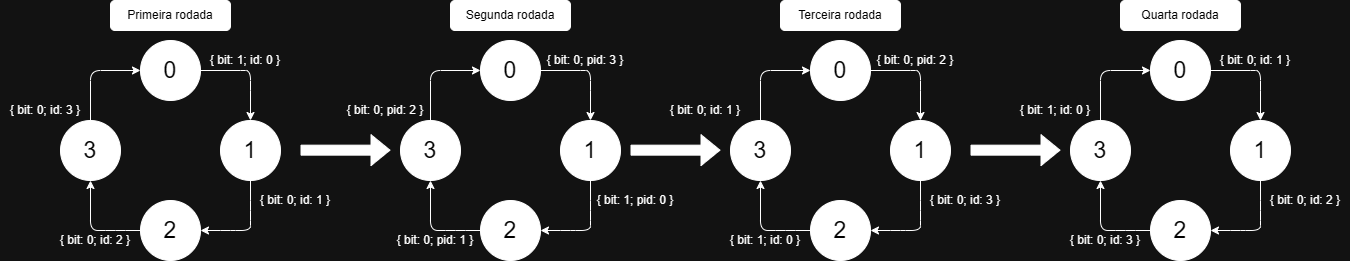
This is assets/diagrama_randomized.png from pedropesserl/sisdis, a draw.io export, as it was before one commit. Source tidied: cells renumbered, new cells last; positions are measured from the earlier drawing's top-left corner, leaving out a move shared by most shapes.
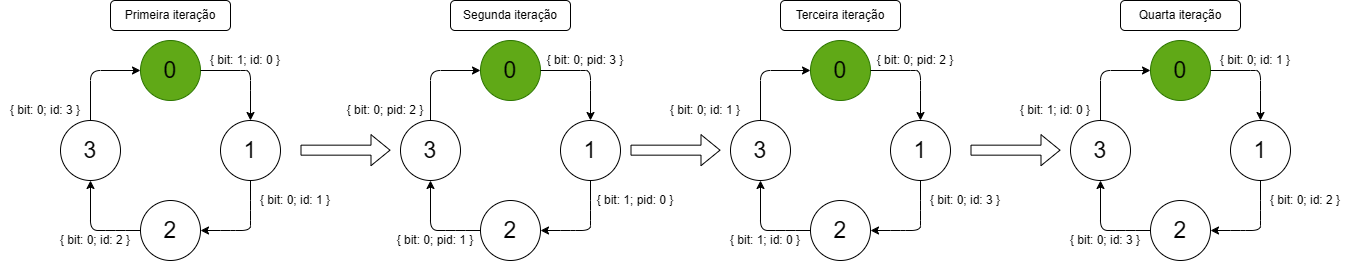
Above is the later version.

Diff of the diagram source:
```diff
@@ -2,9 +2,9 @@
   <root>
     <mxCell id="0" />
     <mxCell id="1" parent="0" />
-    <mxCell id="2" value="&lt;div&gt;&lt;font style=&quot;color: light-dark(rgb(0, 0, 0), rgb(0, 0, 0));&quot;&gt;0&lt;/font&gt;&lt;/div&gt;" style="ellipse;whiteSpace=wrap;html=1;fillColor=light-dark(#FFFFFF,#FFFFFF);fontSize=23;" parent="1" vertex="1">
-      <mxGeometry x="140" y="40" width="60" height="60" as="geometry" />
-    </mxCell>
+    <mxCell id="57" value="&lt;div&gt;&lt;font style=&quot;color: light-dark(rgb(0, 0, 0), rgb(255, 255, 255));&quot;&gt;0&lt;/font&gt;&lt;/div&gt;" style="ellipse;whiteSpace=wrap;html=1;fillColor=#60a917;fontSize=23;fontColor=#ffffff;strokeColor=#2D7600;" parent="1" vertex="1">
+      <mxGeometry x="140" y="40" width="60" height="60" as="geometry" />
+    </mxCell>
     <mxCell id="3" value="&lt;div&gt;&lt;font style=&quot;color: light-dark(rgb(0, 0, 0), rgb(0, 0, 0));&quot;&gt;1&lt;/font&gt;&lt;/div&gt;" style="ellipse;whiteSpace=wrap;html=1;fillColor=light-dark(#FFFFFF,#FFFFFF);fontSize=23;" parent="1" vertex="1">
       <mxGeometry x="220" y="120" width="60" height="60" as="geometry" />
     </mxCell>
@@ -14,15 +14,15 @@
     <mxCell id="5" value="&lt;div&gt;&lt;font style=&quot;color: light-dark(rgb(0, 0, 0), rgb(0, 0, 0));&quot;&gt;3&lt;/font&gt;&lt;/div&gt;" style="ellipse;whiteSpace=wrap;html=1;fillColor=light-dark(#FFFFFF,#FFFFFF);fontSize=23;" parent="1" vertex="1">
       <mxGeometry x="60" y="120" width="60" height="60" as="geometry" />
     </mxCell>
-    <mxCell id="6" style="curved=1;endArrow=classic;html=1;rounded=0;entryX=0.5;entryY=0;entryDx=0;entryDy=0;exitX=1;exitY=0.5;exitDx=0;exitDy=0;" parent="1" edge="1" source="2" target="3">
-      <mxGeometry relative="1" as="geometry">
-        <Array as="points">
-          <mxPoint x="240" y="70" />
-          <mxPoint x="250" y="70" />
-          <mxPoint x="250" y="90" />
-        </Array>
-      </mxGeometry>
-    </mxCell>
+    <mxCell id="58" style="curved=1;endArrow=classic;html=1;rounded=0;entryX=0.5;entryY=0;entryDx=0;entryDy=0;exitX=1;exitY=0.5;exitDx=0;exitDy=0;" parent="1" edge="1" source="57" target="3">
+      <mxGeometry relative="1" as="geometry">
+        <Array as="points">
+          <mxPoint x="240" y="70" />
+          <mxPoint x="250" y="70" />
+          <mxPoint x="250" y="90" />
+        </Array>
+      </mxGeometry>
+    </mxCell>
     <mxCell id="7" style="curved=0;endArrow=classic;html=1;rounded=1;entryX=1;entryY=0.5;entryDx=0;entryDy=0;exitX=0.5;exitY=1;exitDx=0;exitDy=0;" parent="1" edge="1" source="3" target="4">
       <mxGeometry relative="1" as="geometry">
         <Array as="points">
@@ -40,13 +40,13 @@
         </Array>
       </mxGeometry>
     </mxCell>
-    <mxCell id="9" style="curved=0;endArrow=classic;html=1;rounded=1;entryX=0;entryY=0.5;entryDx=0;entryDy=0;exitX=0.5;exitY=0;exitDx=0;exitDy=0;" parent="1" edge="1" source="5" target="2">
-      <mxGeometry relative="1" as="geometry">
-        <Array as="points">
-          <mxPoint x="90" y="70" />
-        </Array>
-      </mxGeometry>
-    </mxCell>
+    <mxCell id="59" style="curved=0;endArrow=classic;html=1;rounded=1;entryX=0;entryY=0.5;entryDx=0;entryDy=0;exitX=0.5;exitY=0;exitDx=0;exitDy=0;" parent="1" edge="1" source="5" target="57">
+      <mxGeometry relative="1" as="geometry">
+        <Array as="points">
+          <mxPoint x="90" y="70" />
+        </Array>
+      </mxGeometry>
+    </mxCell>
     <mxCell id="10" value="{ bit: 1; id: 0 }" style="text;html=1;whiteSpace=wrap;strokeColor=none;fillColor=none;align=center;verticalAlign=middle;rounded=0;" parent="1" vertex="1">
       <mxGeometry x="200" y="50" width="90" height="20" as="geometry" />
     </mxCell>
@@ -59,9 +59,9 @@
     <mxCell id="13" value="{ bit: 0; id: 3 }" style="text;html=1;whiteSpace=wrap;strokeColor=none;fillColor=none;align=center;verticalAlign=middle;rounded=0;" parent="1" vertex="1">
       <mxGeometry y="100" width="90" height="20" as="geometry" />
     </mxCell>
-    <mxCell id="14" value="&lt;div&gt;&lt;font style=&quot;color: light-dark(rgb(0, 0, 0), rgb(0, 0, 0));&quot;&gt;0&lt;/font&gt;&lt;/div&gt;" style="ellipse;whiteSpace=wrap;html=1;fillColor=light-dark(#FFFFFF,#FFFFFF);fontSize=23;" parent="1" vertex="1">
-      <mxGeometry x="480" y="40" width="60" height="60" as="geometry" />
-    </mxCell>
+    <mxCell id="60" value="&lt;div&gt;&lt;font style=&quot;color: light-dark(rgb(0, 0, 0), rgb(255, 255, 255));&quot;&gt;0&lt;/font&gt;&lt;/div&gt;" style="ellipse;whiteSpace=wrap;html=1;fillColor=#60a917;fontSize=23;fontColor=#ffffff;strokeColor=#2D7600;" parent="1" vertex="1">
+      <mxGeometry x="480" y="40" width="60" height="60" as="geometry" />
+    </mxCell>
     <mxCell id="15" value="&lt;div&gt;&lt;font style=&quot;color: light-dark(rgb(0, 0, 0), rgb(0, 0, 0));&quot;&gt;1&lt;/font&gt;&lt;/div&gt;" style="ellipse;whiteSpace=wrap;html=1;fillColor=light-dark(#FFFFFF,#FFFFFF);fontSize=23;" parent="1" vertex="1">
       <mxGeometry x="560" y="120" width="60" height="60" as="geometry" />
     </mxCell>
@@ -71,15 +71,15 @@
     <mxCell id="17" value="&lt;div&gt;&lt;font style=&quot;color: light-dark(rgb(0, 0, 0), rgb(0, 0, 0));&quot;&gt;3&lt;/font&gt;&lt;/div&gt;" style="ellipse;whiteSpace=wrap;html=1;fillColor=light-dark(#FFFFFF,#FFFFFF);fontSize=23;" parent="1" vertex="1">
       <mxGeometry x="400" y="120" width="60" height="60" as="geometry" />
     </mxCell>
-    <mxCell id="18" style="curved=1;endArrow=classic;html=1;rounded=0;entryX=0.5;entryY=0;entryDx=0;entryDy=0;exitX=1;exitY=0.5;exitDx=0;exitDy=0;" parent="1" edge="1" source="14" target="15">
-      <mxGeometry relative="1" as="geometry">
-        <Array as="points">
-          <mxPoint x="580" y="70" />
-          <mxPoint x="590" y="70" />
-          <mxPoint x="590" y="90" />
-        </Array>
-      </mxGeometry>
-    </mxCell>
+    <mxCell id="61" style="curved=1;endArrow=classic;html=1;rounded=0;entryX=0.5;entryY=0;entryDx=0;entryDy=0;exitX=1;exitY=0.5;exitDx=0;exitDy=0;" parent="1" edge="1" source="60" target="15">
+      <mxGeometry relative="1" as="geometry">
+        <Array as="points">
+          <mxPoint x="580" y="70" />
+          <mxPoint x="590" y="70" />
+          <mxPoint x="590" y="90" />
+        </Array>
+      </mxGeometry>
+    </mxCell>
     <mxCell id="19" style="curved=0;endArrow=classic;html=1;rounded=1;entryX=1;entryY=0.5;entryDx=0;entryDy=0;exitX=0.5;exitY=1;exitDx=0;exitDy=0;" parent="1" edge="1" source="15" target="16">
       <mxGeometry relative="1" as="geometry">
         <Array as="points">
@@ -97,13 +97,13 @@
         </Array>
       </mxGeometry>
     </mxCell>
-    <mxCell id="21" style="curved=0;endArrow=classic;html=1;rounded=1;entryX=0;entryY=0.5;entryDx=0;entryDy=0;exitX=0.5;exitY=0;exitDx=0;exitDy=0;" parent="1" edge="1" source="17" target="14">
-      <mxGeometry relative="1" as="geometry">
-        <Array as="points">
-          <mxPoint x="430" y="70" />
-        </Array>
-      </mxGeometry>
-    </mxCell>
+    <mxCell id="62" style="curved=0;endArrow=classic;html=1;rounded=1;entryX=0;entryY=0.5;entryDx=0;entryDy=0;exitX=0.5;exitY=0;exitDx=0;exitDy=0;" parent="1" edge="1" source="17" target="60">
+      <mxGeometry relative="1" as="geometry">
+        <Array as="points">
+          <mxPoint x="430" y="70" />
+        </Array>
+      </mxGeometry>
+    </mxCell>
     <mxCell id="22" value="{ bit: 0; pid: 3 }" style="text;html=1;whiteSpace=wrap;strokeColor=none;fillColor=none;align=center;verticalAlign=middle;rounded=0;" parent="1" vertex="1">
       <mxGeometry x="540" y="50" width="90" height="20" as="geometry" />
     </mxCell>
@@ -116,21 +116,21 @@
     <mxCell id="25" value="{ bit: 0; pid: 2 }" style="text;html=1;whiteSpace=wrap;strokeColor=none;fillColor=none;align=center;verticalAlign=middle;rounded=0;" parent="1" vertex="1">
       <mxGeometry x="340" y="100" width="90" height="20" as="geometry" />
     </mxCell>
-    <mxCell id="26" value="&lt;font style=&quot;color: light-dark(rgb(0, 0, 0), rgb(0, 0, 0));&quot;&gt;Primeira rodada&lt;/font&gt;" style="rounded=1;whiteSpace=wrap;html=1;fillColor=light-dark(#FFFFFF,#FFFFFF);" parent="1" vertex="1">
-      <mxGeometry x="110" width="120" height="30" as="geometry" />
-    </mxCell>
-    <mxCell id="27" value="&lt;font style=&quot;color: light-dark(rgb(0, 0, 0), rgb(0, 0, 0));&quot;&gt;Segunda rodada&lt;/font&gt;" style="rounded=1;whiteSpace=wrap;html=1;fillColor=light-dark(#FFFFFF,#FFFFFF);" parent="1" vertex="1">
-      <mxGeometry x="450" width="120" height="30" as="geometry" />
-    </mxCell>
-    <mxCell id="28" style="shape=flexArrow;endArrow=classic;html=1;rounded=0;strokeColor=light-dark(#000000,#FFFFFF);fillColor=light-dark(#FFFFFF,#FFFFFF);" parent="1" edge="1">
-      <mxGeometry relative="1" as="geometry">
-        <mxPoint x="300" y="149.7" as="sourcePoint" />
-        <mxPoint x="390" y="149.7" as="targetPoint" />
-      </mxGeometry>
-    </mxCell>
-    <mxCell id="29" value="&lt;div&gt;&lt;font style=&quot;color: light-dark(rgb(0, 0, 0), rgb(0, 0, 0));&quot;&gt;0&lt;/font&gt;&lt;/div&gt;" style="ellipse;whiteSpace=wrap;html=1;fillColor=light-dark(#FFFFFF,#FFFFFF);fontSize=23;" parent="1" vertex="1">
-      <mxGeometry x="810" y="40" width="60" height="60" as="geometry" />
-    </mxCell>
+    <mxCell id="63" value="&lt;font style=&quot;color: light-dark(rgb(0, 0, 0), rgb(0, 0, 0));&quot;&gt;Primeira iteração&lt;/font&gt;" style="rounded=1;whiteSpace=wrap;html=1;fillColor=light-dark(#FFFFFF,#FFFFFF);" parent="1" vertex="1">
+      <mxGeometry x="110" width="120" height="30" as="geometry" />
+    </mxCell>
+    <mxCell id="64" value="&lt;font style=&quot;color: light-dark(rgb(0, 0, 0), rgb(0, 0, 0));&quot;&gt;Segunda iteração&lt;/font&gt;" style="rounded=1;whiteSpace=wrap;html=1;fillColor=light-dark(#FFFFFF,#FFFFFF);" parent="1" vertex="1">
+      <mxGeometry x="450" width="120" height="30" as="geometry" />
+    </mxCell>
+    <mxCell id="65" style="shape=flexArrow;endArrow=classic;html=1;rounded=0;strokeColor=light-dark(#000000,#FFFFFF);fillColor=light-dark(#FFFFFF,#FFFFFF);" parent="1" edge="1">
+      <mxGeometry relative="1" as="geometry">
+        <mxPoint x="300" y="149.7" as="sourcePoint" />
+        <mxPoint x="390" y="149.7" as="targetPoint" />
+      </mxGeometry>
+    </mxCell>
+    <mxCell id="66" value="&lt;div&gt;&lt;font style=&quot;color: light-dark(rgb(0, 0, 0), rgb(255, 255, 255));&quot;&gt;0&lt;/font&gt;&lt;/div&gt;" style="ellipse;whiteSpace=wrap;html=1;fillColor=#60a917;fontSize=23;fontColor=#ffffff;strokeColor=#2D7600;" parent="1" vertex="1">
+      <mxGeometry x="810" y="40" width="60" height="60" as="geometry" />
+    </mxCell>
     <mxCell id="30" value="&lt;div&gt;&lt;font style=&quot;color: light-dark(rgb(0, 0, 0), rgb(0, 0, 0));&quot;&gt;1&lt;/font&gt;&lt;/div&gt;" style="ellipse;whiteSpace=wrap;html=1;fillColor=light-dark(#FFFFFF,#FFFFFF);fontSize=23;" parent="1" vertex="1">
       <mxGeometry x="890" y="120" width="60" height="60" as="geometry" />
     </mxCell>
@@ -140,15 +140,15 @@
     <mxCell id="32" value="&lt;div&gt;&lt;font style=&quot;color: light-dark(rgb(0, 0, 0), rgb(0, 0, 0));&quot;&gt;3&lt;/font&gt;&lt;/div&gt;" style="ellipse;whiteSpace=wrap;html=1;fillColor=light-dark(#FFFFFF,#FFFFFF);fontSize=23;" parent="1" vertex="1">
       <mxGeometry x="730" y="120" width="60" height="60" as="geometry" />
     </mxCell>
-    <mxCell id="33" style="curved=1;endArrow=classic;html=1;rounded=0;entryX=0.5;entryY=0;entryDx=0;entryDy=0;exitX=1;exitY=0.5;exitDx=0;exitDy=0;" parent="1" edge="1" source="29" target="30">
-      <mxGeometry relative="1" as="geometry">
-        <Array as="points">
-          <mxPoint x="910" y="70" />
-          <mxPoint x="920" y="70" />
-          <mxPoint x="920" y="90" />
-        </Array>
-      </mxGeometry>
-    </mxCell>
+    <mxCell id="67" style="curved=1;endArrow=classic;html=1;rounded=0;entryX=0.5;entryY=0;entryDx=0;entryDy=0;exitX=1;exitY=0.5;exitDx=0;exitDy=0;" parent="1" edge="1" source="66" target="30">
+      <mxGeometry relative="1" as="geometry">
+        <Array as="points">
+          <mxPoint x="910" y="70" />
+          <mxPoint x="920" y="70" />
+          <mxPoint x="920" y="90" />
+        </Array>
+      </mxGeometry>
+    </mxCell>
     <mxCell id="34" style="curved=0;endArrow=classic;html=1;rounded=1;entryX=1;entryY=0.5;entryDx=0;entryDy=0;exitX=0.5;exitY=1;exitDx=0;exitDy=0;" parent="1" edge="1" source="30" target="31">
       <mxGeometry relative="1" as="geometry">
         <Array as="points">
@@ -166,13 +166,13 @@
         </Array>
       </mxGeometry>
     </mxCell>
-    <mxCell id="36" style="curved=0;endArrow=classic;html=1;rounded=1;entryX=0;entryY=0.5;entryDx=0;entryDy=0;exitX=0.5;exitY=0;exitDx=0;exitDy=0;" parent="1" edge="1" source="32" target="29">
-      <mxGeometry relative="1" as="geometry">
-        <Array as="points">
-          <mxPoint x="760" y="70" />
-        </Array>
-      </mxGeometry>
-    </mxCell>
+    <mxCell id="68" style="curved=0;endArrow=classic;html=1;rounded=1;entryX=0;entryY=0.5;entryDx=0;entryDy=0;exitX=0.5;exitY=0;exitDx=0;exitDy=0;" parent="1" edge="1" source="32" target="66">
+      <mxGeometry relative="1" as="geometry">
+        <Array as="points">
+          <mxPoint x="760" y="70" />
+        </Array>
+      </mxGeometry>
+    </mxCell>
     <mxCell id="37" value="{ bit: 0; pid: 2 }" style="text;html=1;whiteSpace=wrap;strokeColor=none;fillColor=none;align=center;verticalAlign=middle;rounded=0;" parent="1" vertex="1">
       <mxGeometry x="870" y="50" width="90" height="20" as="geometry" />
     </mxCell>
@@ -185,9 +185,9 @@
     <mxCell id="40" value="{ bit: 0; id: 1 }" style="text;html=1;whiteSpace=wrap;strokeColor=none;fillColor=none;align=center;verticalAlign=middle;rounded=0;" parent="1" vertex="1">
       <mxGeometry x="660" y="100" width="90" height="20" as="geometry" />
     </mxCell>
-    <mxCell id="41" value="&lt;div&gt;&lt;font style=&quot;color: light-dark(rgb(0, 0, 0), rgb(0, 0, 0));&quot;&gt;0&lt;/font&gt;&lt;/div&gt;" style="ellipse;whiteSpace=wrap;html=1;fillColor=light-dark(#FFFFFF,#FFFFFF);fontSize=23;" parent="1" vertex="1">
-      <mxGeometry x="1150" y="40" width="60" height="60" as="geometry" />
-    </mxCell>
+    <mxCell id="69" value="&lt;div&gt;&lt;font style=&quot;color: light-dark(rgb(0, 0, 0), rgb(255, 255, 255));&quot;&gt;0&lt;/font&gt;&lt;/div&gt;" style="ellipse;whiteSpace=wrap;html=1;fillColor=#60a917;fontSize=23;fontColor=#ffffff;strokeColor=#2D7600;" parent="1" vertex="1">
+      <mxGeometry x="1150" y="40" width="60" height="60" as="geometry" />
+    </mxCell>
     <mxCell id="42" value="&lt;div&gt;&lt;font style=&quot;color: light-dark(rgb(0, 0, 0), rgb(0, 0, 0));&quot;&gt;1&lt;/font&gt;&lt;/div&gt;" style="ellipse;whiteSpace=wrap;html=1;fillColor=light-dark(#FFFFFF,#FFFFFF);fontSize=23;" parent="1" vertex="1">
       <mxGeometry x="1230" y="120" width="60" height="60" as="geometry" />
     </mxCell>
@@ -197,15 +197,15 @@
     <mxCell id="44" value="&lt;div&gt;&lt;font style=&quot;color: light-dark(rgb(0, 0, 0), rgb(0, 0, 0));&quot;&gt;3&lt;/font&gt;&lt;/div&gt;" style="ellipse;whiteSpace=wrap;html=1;fillColor=light-dark(#FFFFFF,#FFFFFF);fontSize=23;" parent="1" vertex="1">
       <mxGeometry x="1070" y="120" width="60" height="60" as="geometry" />
     </mxCell>
-    <mxCell id="45" style="curved=1;endArrow=classic;html=1;rounded=0;entryX=0.5;entryY=0;entryDx=0;entryDy=0;exitX=1;exitY=0.5;exitDx=0;exitDy=0;" parent="1" edge="1" source="41" target="42">
-      <mxGeometry relative="1" as="geometry">
-        <Array as="points">
-          <mxPoint x="1250" y="70" />
-          <mxPoint x="1260" y="70" />
-          <mxPoint x="1260" y="90" />
-        </Array>
-      </mxGeometry>
-    </mxCell>
+    <mxCell id="70" style="curved=1;endArrow=classic;html=1;rounded=0;entryX=0.5;entryY=0;entryDx=0;entryDy=0;exitX=1;exitY=0.5;exitDx=0;exitDy=0;" parent="1" edge="1" source="69" target="42">
+      <mxGeometry relative="1" as="geometry">
+        <Array as="points">
+          <mxPoint x="1250" y="70" />
+          <mxPoint x="1260" y="70" />
+          <mxPoint x="1260" y="90" />
+        </Array>
+      </mxGeometry>
+    </mxCell>
     <mxCell id="46" style="curved=0;endArrow=classic;html=1;rounded=1;entryX=1;entryY=0.5;entryDx=0;entryDy=0;exitX=0.5;exitY=1;exitDx=0;exitDy=0;" parent="1" edge="1" source="42" target="43">
       <mxGeometry relative="1" as="geometry">
         <Array as="points">
@@ -223,13 +223,13 @@
         </Array>
       </mxGeometry>
     </mxCell>
-    <mxCell id="48" style="curved=0;endArrow=classic;html=1;rounded=1;entryX=0;entryY=0.5;entryDx=0;entryDy=0;exitX=0.5;exitY=0;exitDx=0;exitDy=0;" parent="1" edge="1" source="44" target="41">
-      <mxGeometry relative="1" as="geometry">
-        <Array as="points">
-          <mxPoint x="1100" y="70" />
-        </Array>
-      </mxGeometry>
-    </mxCell>
+    <mxCell id="71" style="curved=0;endArrow=classic;html=1;rounded=1;entryX=0;entryY=0.5;entryDx=0;entryDy=0;exitX=0.5;exitY=0;exitDx=0;exitDy=0;" parent="1" edge="1" source="44" target="69">
+      <mxGeometry relative="1" as="geometry">
+        <Array as="points">
+          <mxPoint x="1100" y="70" />
+        </Array>
+      </mxGeometry>
+    </mxCell>
     <mxCell id="49" value="{ bit: 0; id: 1 }" style="text;html=1;whiteSpace=wrap;strokeColor=none;fillColor=none;align=center;verticalAlign=middle;rounded=0;" parent="1" vertex="1">
       <mxGeometry x="1210" y="50" width="90" height="20" as="geometry" />
     </mxCell>
@@ -242,23 +242,23 @@
     <mxCell id="52" value="{ bit: 1; id: 0 }" style="text;html=1;whiteSpace=wrap;strokeColor=none;fillColor=none;align=center;verticalAlign=middle;rounded=0;" parent="1" vertex="1">
       <mxGeometry x="1010" y="100" width="90" height="20" as="geometry" />
     </mxCell>
-    <mxCell id="53" value="&lt;font style=&quot;color: light-dark(rgb(0, 0, 0), rgb(0, 0, 0));&quot;&gt;Terceira rodada&lt;/font&gt;" style="rounded=1;whiteSpace=wrap;html=1;fillColor=light-dark(#FFFFFF,#FFFFFF);" parent="1" vertex="1">
-      <mxGeometry x="780" width="120" height="30" as="geometry" />
-    </mxCell>
-    <mxCell id="54" value="&lt;font style=&quot;color: light-dark(rgb(0, 0, 0), rgb(0, 0, 0));&quot;&gt;Quarta rodada&lt;/font&gt;" style="rounded=1;whiteSpace=wrap;html=1;fillColor=light-dark(#FFFFFF,#FFFFFF);" parent="1" vertex="1">
-      <mxGeometry x="1120" width="120" height="30" as="geometry" />
-    </mxCell>
-    <mxCell id="55" style="shape=flexArrow;endArrow=classic;html=1;rounded=0;strokeColor=light-dark(#000000,#FFFFFF);fillColor=light-dark(#FFFFFF,#FFFFFF);" parent="1" edge="1">
-      <mxGeometry relative="1" as="geometry">
-        <mxPoint x="970" y="149.7" as="sourcePoint" />
-        <mxPoint x="1060" y="149.7" as="targetPoint" />
-      </mxGeometry>
-    </mxCell>
-    <mxCell id="56" style="shape=flexArrow;endArrow=classic;html=1;rounded=0;strokeColor=light-dark(#000000,#FFFFFF);fillColor=light-dark(#FFFFFF,#FFFFFF);" parent="1" edge="1">
-      <mxGeometry relative="1" as="geometry">
-        <mxPoint x="630" y="149.7" as="sourcePoint" />
-        <mxPoint x="720" y="149.7" as="targetPoint" />
-      </mxGeometry>
-    </mxCell>
+    <mxCell id="72" value="&lt;font style=&quot;color: light-dark(rgb(0, 0, 0), rgb(0, 0, 0));&quot;&gt;Terceira iteração&lt;/font&gt;" style="rounded=1;whiteSpace=wrap;html=1;fillColor=light-dark(#FFFFFF,#FFFFFF);" parent="1" vertex="1">
+      <mxGeometry x="780" width="120" height="30" as="geometry" />
+    </mxCell>
+    <mxCell id="73" value="&lt;font style=&quot;color: light-dark(rgb(0, 0, 0), rgb(0, 0, 0));&quot;&gt;Quarta iteração&lt;/font&gt;" style="rounded=1;whiteSpace=wrap;html=1;fillColor=light-dark(#FFFFFF,#FFFFFF);" parent="1" vertex="1">
+      <mxGeometry x="1120" width="120" height="30" as="geometry" />
+    </mxCell>
+    <mxCell id="74" style="shape=flexArrow;endArrow=classic;html=1;rounded=0;strokeColor=light-dark(#000000,#FFFFFF);fillColor=light-dark(#FFFFFF,#FFFFFF);" parent="1" edge="1">
+      <mxGeometry relative="1" as="geometry">
+        <mxPoint x="970" y="149.7" as="sourcePoint" />
+        <mxPoint x="1060" y="149.7" as="targetPoint" />
+      </mxGeometry>
+    </mxCell>
+    <mxCell id="75" style="shape=flexArrow;endArrow=classic;html=1;rounded=0;strokeColor=light-dark(#000000,#FFFFFF);fillColor=light-dark(#FFFFFF,#FFFFFF);" parent="1" edge="1">
+      <mxGeometry relative="1" as="geometry">
+        <mxPoint x="630" y="149.7" as="sourcePoint" />
+        <mxPoint x="720" y="149.7" as="targetPoint" />
+      </mxGeometry>
+    </mxCell>
   </root>
 </mxGraphModel>
```
